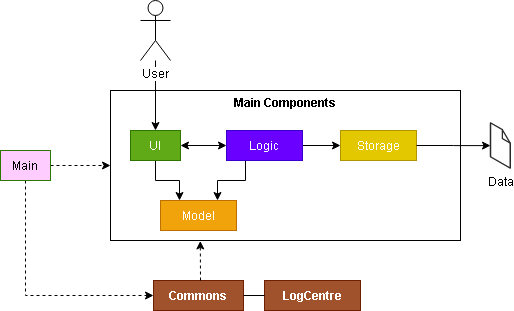
The draw.io diagram images/ArchitectureDiagram.png in grrrrnt/main, before a commit. Source tidied: cells renumbered, new cells last; positions are measured from the earlier drawing's top-left corner, leaving out a move shared by most shapes.
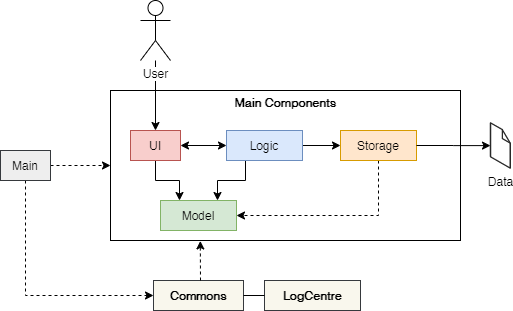
Above is the later version.

What changed in the source:
```diff
@@ -1,71 +1,74 @@
 <mxGraphModel>
   <root>
-    <mxCell id="0" />
-    <mxCell id="1" parent="0" />
+    <mxCell id="22" />
+    <mxCell id="23" parent="22" />
-    <mxCell id="2" value="&lt;b&gt;Main Components&lt;br&gt;&lt;br&gt;&lt;br&gt;&lt;br&gt;&lt;br&gt;&lt;br&gt;&lt;br&gt;&lt;br&gt;&lt;br&gt;&lt;br&gt;&lt;/b&gt;" style="rounded=0;whiteSpace=wrap;html=1;" parent="1" vertex="1">
+    <mxCell id="2" value="&lt;b&gt;Main Components&lt;br&gt;&lt;br&gt;&lt;br&gt;&lt;br&gt;&lt;br&gt;&lt;br&gt;&lt;br&gt;&lt;br&gt;&lt;br&gt;&lt;br&gt;&lt;/b&gt;" style="rounded=0;whiteSpace=wrap;html=1;" parent="23" vertex="1">
       <mxGeometry x="110" y="90" width="350" height="150" as="geometry" />
     </mxCell>
-    <mxCell id="3" style="edgeStyle=orthogonalEdgeStyle;rounded=0;jettySize=auto;html=1;entryX=0.5;entryY=0;entryDx=0;entryDy=0;" parent="1" edge="1" source="4" target="6">
+    <mxCell id="3" style="edgeStyle=orthogonalEdgeStyle;rounded=0;jettySize=auto;html=1;entryX=0.5;entryY=0;entryDx=0;entryDy=0;" parent="23" edge="1" source="4" target="6">
       <mxGeometry relative="1" as="geometry" />
     </mxCell>
-    <mxCell id="4" value="User" style="shape=umlActor;verticalLabelPosition=bottom;labelBackgroundColor=#ffffff;verticalAlign=top;html=1;outlineConnect=0;" parent="1" vertex="1">
+    <mxCell id="4" value="User" style="shape=umlActor;verticalLabelPosition=bottom;labelBackgroundColor=#ffffff;verticalAlign=top;html=1;outlineConnect=0;" parent="23" vertex="1">
       <mxGeometry x="140" width="30" height="60" as="geometry" />
     </mxCell>
-    <mxCell id="5" style="edgeStyle=orthogonalEdgeStyle;rounded=0;jettySize=auto;html=1;exitX=0.5;exitY=1;exitDx=0;exitDy=0;entryX=0.25;entryY=0;entryDx=0;entryDy=0;" parent="1" edge="1" source="6" target="10">
+    <mxCell id="5" style="edgeStyle=orthogonalEdgeStyle;rounded=0;jettySize=auto;html=1;exitX=0.5;exitY=1;exitDx=0;exitDy=0;entryX=0.25;entryY=0;entryDx=0;entryDy=0;" parent="23" edge="1" source="6" target="10">
       <mxGeometry relative="1" as="geometry" />
     </mxCell>
-    <mxCell id="6" value="UI" style="rounded=0;whiteSpace=wrap;html=1;fillColor=#60a917;strokeColor=#2D7600;fontColor=#ffffff;" parent="1" vertex="1">
+    <mxCell id="6" value="UI" style="rounded=0;whiteSpace=wrap;html=1;fillColor=#f8cecc;strokeColor=#b85450;" parent="23" vertex="1">
       <mxGeometry x="130" y="130" width="50" height="30" as="geometry" />
     </mxCell>
-    <mxCell id="7" style="edgeStyle=orthogonalEdgeStyle;rounded=0;jettySize=auto;html=1;exitX=1;exitY=0.5;exitDx=0;exitDy=0;entryX=0;entryY=0.5;entryDx=0;entryDy=0;" parent="1" edge="1" source="9" target="11">
+    <mxCell id="7" style="edgeStyle=orthogonalEdgeStyle;rounded=0;jettySize=auto;html=1;exitX=1;exitY=0.5;exitDx=0;exitDy=0;entryX=0;entryY=0.5;entryDx=0;entryDy=0;" parent="23" edge="1" source="9" target="11">
       <mxGeometry relative="1" as="geometry" />
     </mxCell>
-    <mxCell id="8" style="edgeStyle=orthogonalEdgeStyle;rounded=0;jettySize=auto;html=1;exitX=0.25;exitY=1;exitDx=0;exitDy=0;entryX=0.75;entryY=0;entryDx=0;entryDy=0;" parent="1" edge="1" source="9" target="10">
+    <mxCell id="8" style="edgeStyle=orthogonalEdgeStyle;rounded=0;jettySize=auto;html=1;exitX=0.25;exitY=1;exitDx=0;exitDy=0;entryX=0.75;entryY=0;entryDx=0;entryDy=0;" parent="23" edge="1" source="9" target="10">
       <mxGeometry relative="1" as="geometry" />
     </mxCell>
-    <mxCell id="9" value="Logic" style="rounded=0;whiteSpace=wrap;html=1;fillColor=#6a00ff;strokeColor=#3700CC;fontColor=#ffffff;" parent="1" vertex="1">
+    <mxCell id="9" value="Logic" style="rounded=0;whiteSpace=wrap;html=1;fillColor=#dae8fc;strokeColor=#6c8ebf;" parent="23" vertex="1">
       <mxGeometry x="226" y="130" width="76" height="30" as="geometry" />
     </mxCell>
-    <mxCell id="10" value="Model" style="rounded=0;whiteSpace=wrap;html=1;fillColor=#f0a30a;strokeColor=#BD7000;fontColor=#ffffff;" parent="1" vertex="1">
+    <mxCell id="10" value="Model" style="rounded=0;whiteSpace=wrap;html=1;fillColor=#d5e8d4;strokeColor=#82b366;" parent="23" vertex="1">
       <mxGeometry x="160" y="200" width="76" height="30" as="geometry" />
     </mxCell>
+    <mxCell id="24" style="edgeStyle=orthogonalEdgeStyle;rounded=0;jettySize=auto;html=1;exitX=0.5;exitY=1;exitDx=0;exitDy=0;entryX=1;entryY=0.5;entryDx=0;entryDy=0;dashed=1;" parent="23" edge="1" source="11" target="10">
+      <mxGeometry relative="1" as="geometry" />
+    </mxCell>
-    <mxCell id="11" value="Storage" style="rounded=0;whiteSpace=wrap;html=1;fillColor=#e3c800;strokeColor=#B09500;fontColor=#ffffff;" parent="1" vertex="1">
+    <mxCell id="11" value="Storage" style="rounded=0;whiteSpace=wrap;html=1;fillColor=#ffe6cc;strokeColor=#d79b00;" parent="23" vertex="1">
       <mxGeometry x="340" y="130" width="76" height="30" as="geometry" />
     </mxCell>
-    <mxCell id="12" value="Data" style="verticalLabelPosition=bottom;html=1;verticalAlign=top;strokeWidth=1;align=center;outlineConnect=0;dashed=0;outlineConnect=0;shape=mxgraph.aws3d.file;strokeColor=#292929;" parent="1" vertex="1">
+    <mxCell id="12" value="Data" style="verticalLabelPosition=bottom;html=1;verticalAlign=top;strokeWidth=1;align=center;outlineConnect=0;dashed=0;outlineConnect=0;shape=mxgraph.aws3d.file;strokeColor=#292929;" parent="23" vertex="1">
       <mxGeometry x="490" y="122.3" width="19.8" height="45.3" as="geometry" />
     </mxCell>
-    <mxCell id="13" style="edgeStyle=orthogonalEdgeStyle;rounded=0;jettySize=auto;html=1;exitX=1;exitY=0.5;exitDx=0;exitDy=0;" parent="1" edge="1" source="11" target="12">
+    <mxCell id="13" style="edgeStyle=orthogonalEdgeStyle;rounded=0;jettySize=auto;html=1;exitX=1;exitY=0.5;exitDx=0;exitDy=0;" parent="23" edge="1" source="11" target="12">
       <mxGeometry relative="1" as="geometry" />
     </mxCell>
-    <mxCell id="14" value="&lt;b&gt;Commons&lt;br&gt;&lt;/b&gt;" style="rounded=0;whiteSpace=wrap;html=1;fillColor=#a0522d;strokeColor=#6D1F00;fontColor=#ffffff;" parent="1" vertex="1">
+    <mxCell id="14" value="&lt;b&gt;Commons&lt;br&gt;&lt;/b&gt;" style="rounded=0;whiteSpace=wrap;html=1;fillColor=#f9f7ed;strokeColor=#36393d;" parent="23" vertex="1">
       <mxGeometry x="153" y="280" width="90" height="30" as="geometry" />
     </mxCell>
-    <mxCell id="15" style="endArrow=classic;startArrow=classic;html=1;entryX=0;entryY=0.5;entryDx=0;entryDy=0;exitX=1;exitY=0.5;exitDx=0;exitDy=0;" parent="1" edge="1" source="6" target="9">
+    <mxCell id="15" style="endArrow=classic;startArrow=classic;html=1;entryX=0;entryY=0.5;entryDx=0;entryDy=0;exitX=1;exitY=0.5;exitDx=0;exitDy=0;" parent="23" edge="1" source="6" target="9">
       <mxGeometry relative="1" as="geometry" />
     </mxCell>
-    <mxCell id="16" style="endArrow=classic;html=1;entryX=0.228;entryY=1.003;entryDx=0;entryDy=0;entryPerimeter=0;dashed=1;" parent="1" edge="1">
-      <mxGeometry relative="1" as="geometry">
-        <mxPoint x="200" y="280" as="sourcePoint" />
-        <mxPoint x="199.8" y="240.5" as="targetPoint" />
-        <Array as="points">
-          <mxPoint x="200" y="280" />
-        </Array>
-      </mxGeometry>
-    </mxCell>
+    <mxCell id="25" style="endArrow=classic;html=1;entryX=0.228;entryY=1.003;entryDx=0;entryDy=0;entryPerimeter=0;dashed=1;" parent="23" edge="1">
+      <mxGeometry relative="1" as="geometry">
+        <mxPoint x="200" y="280" as="sourcePoint" />
+        <mxPoint x="199.8" y="240.5" as="targetPoint" />
+        <Array as="points">
+          <mxPoint x="200" y="280" />
+        </Array>
+      </mxGeometry>
+    </mxCell>
-    <mxCell id="17" value="&lt;b&gt;LogCentre&lt;/b&gt;" style="rounded=0;whiteSpace=wrap;html=1;fillColor=#a0522d;strokeColor=#6D1F00;fontColor=#ffffff;" parent="1" vertex="1">
+    <mxCell id="17" value="&lt;b&gt;LogCentre&lt;/b&gt;" style="rounded=0;whiteSpace=wrap;html=1;fillColor=#f9f7ed;strokeColor=#36393d;" parent="23" vertex="1">
       <mxGeometry x="264" y="280" width="96" height="30" as="geometry" />
     </mxCell>
-    <mxCell id="18" style="endArrow=none;html=1;entryX=0;entryY=0.5;entryDx=0;entryDy=0;exitX=1;exitY=0.5;exitDx=0;exitDy=0;" parent="1" edge="1" source="14" target="17">
+    <mxCell id="18" style="endArrow=none;html=1;entryX=0;entryY=0.5;entryDx=0;entryDy=0;exitX=1;exitY=0.5;exitDx=0;exitDy=0;" parent="23" edge="1" source="14" target="17">
       <mxGeometry relative="1" as="geometry" />
     </mxCell>
-    <mxCell id="19" style="edgeStyle=orthogonalEdgeStyle;rounded=0;jettySize=auto;html=1;exitX=1;exitY=0.5;exitDx=0;exitDy=0;entryX=0;entryY=0.5;entryDx=0;entryDy=0;dashed=1;" parent="1" edge="1" source="21" target="2">
+    <mxCell id="19" style="edgeStyle=orthogonalEdgeStyle;rounded=0;jettySize=auto;html=1;exitX=1;exitY=0.5;exitDx=0;exitDy=0;entryX=0;entryY=0.5;entryDx=0;entryDy=0;dashed=1;" parent="23" edge="1" source="21" target="2">
       <mxGeometry relative="1" as="geometry" />
     </mxCell>
-    <mxCell id="20" style="edgeStyle=orthogonalEdgeStyle;rounded=0;jettySize=auto;html=1;exitX=0.5;exitY=1;exitDx=0;exitDy=0;entryX=0;entryY=0.5;entryDx=0;entryDy=0;dashed=1;" parent="1" edge="1" source="21" target="14">
+    <mxCell id="20" style="edgeStyle=orthogonalEdgeStyle;rounded=0;jettySize=auto;html=1;exitX=0.5;exitY=1;exitDx=0;exitDy=0;entryX=0;entryY=0.5;entryDx=0;entryDy=0;dashed=1;" parent="23" edge="1" source="21" target="14">
       <mxGeometry relative="1" as="geometry" />
     </mxCell>
-    <mxCell id="21" value="&lt;font color=&quot;#000000&quot;&gt;Main&lt;/font&gt;" style="rounded=0;whiteSpace=wrap;html=1;fillColor=#FFCCFF;strokeColor=#2D7600;fontColor=#ffffff;" parent="1" vertex="1">
+    <mxCell id="21" value="&lt;font color=&quot;#000000&quot;&gt;Main&lt;/font&gt;" style="rounded=0;whiteSpace=wrap;html=1;fillColor=#eeeeee;strokeColor=#36393d;" parent="23" vertex="1">
       <mxGeometry y="150" width="50" height="30" as="geometry" />
     </mxCell>
   </root>
```
